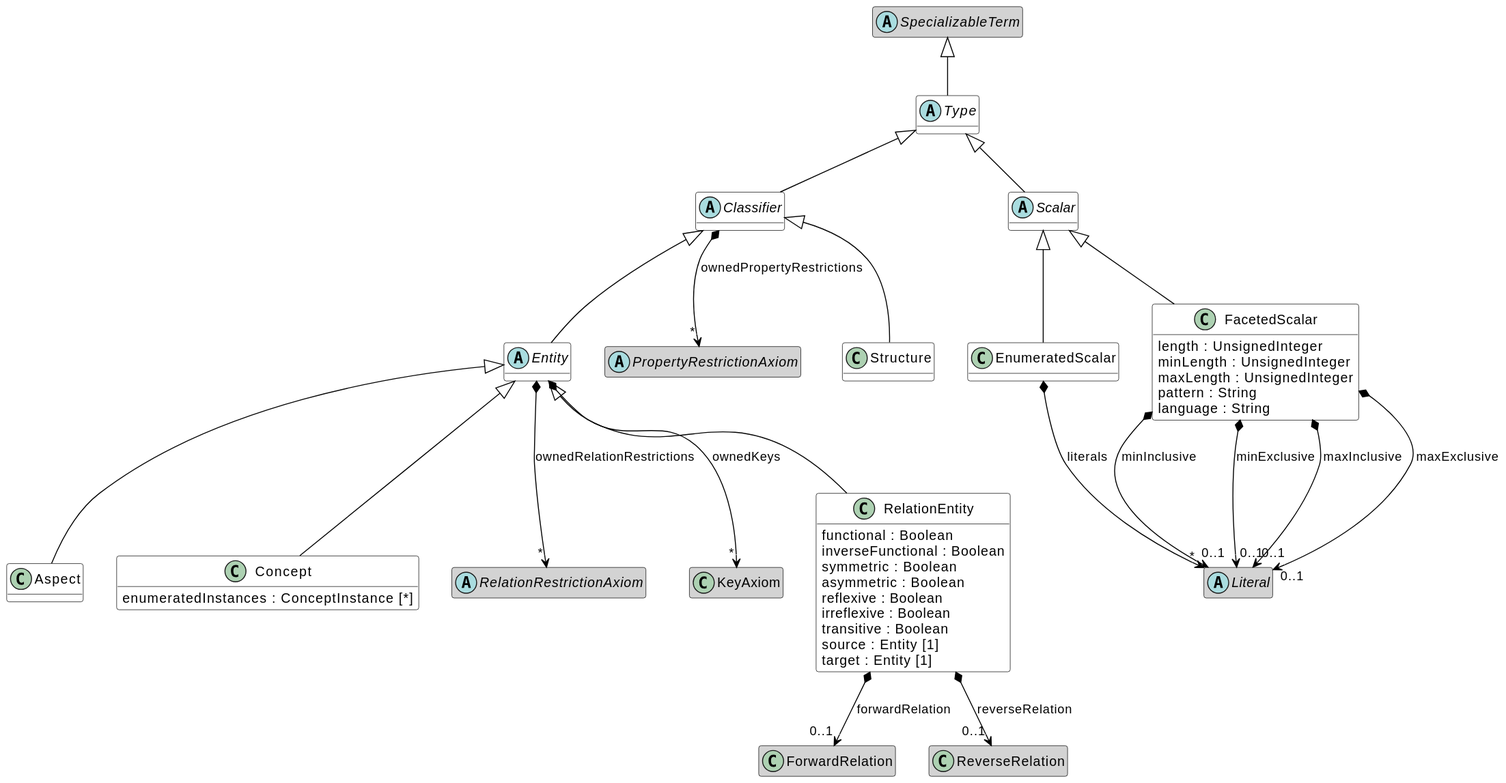
Before: images/oml-Types.svg, a diagram exported from PlantUML (opencaesar/oml).
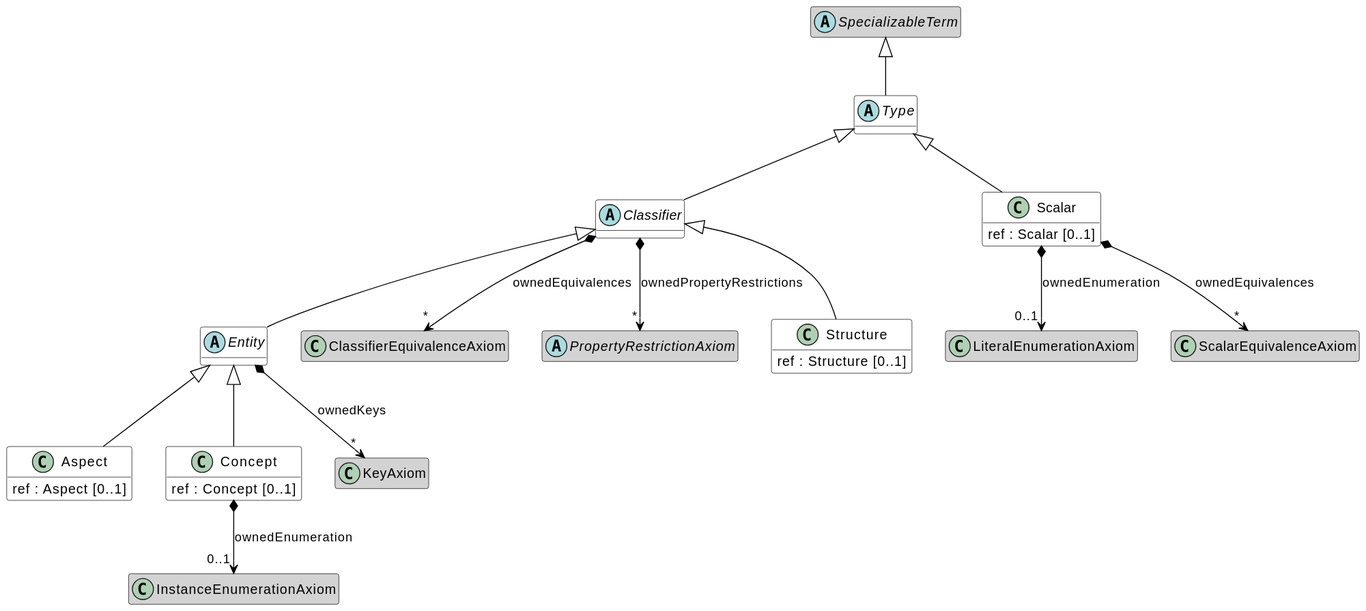
The same diagram one commit later.

The edit, as a diff of the source:
```diff
@@ -5,75 +5,43 @@
 skinparam ArrowColor Black
 hide methods
 class Aspect [[#Aspect]] #white {
+	ref : Aspect [0..1]
 }
 Aspect -up-|> Entity [[#Entity]]
 abstract class Classifier [[#Classifier]] #white {
 }
+class ClassifierEquivalenceAxiom [[#ClassifierEquivalenceAxiom]]
+hide ClassifierEquivalenceAxiom members
 abstract class PropertyRestrictionAxiom [[#PropertyRestrictionAxiom]]
 hide PropertyRestrictionAxiom members
 Classifier -up-|> Type [[#Type]]
+Classifier *--> "*" ClassifierEquivalenceAxiom : ownedEquivalences
 Classifier *--> "*" PropertyRestrictionAxiom : ownedPropertyRestrictions
 class Concept [[#Concept]] #white {
-	enumeratedInstances : ConceptInstance [*]
+	ref : Concept [0..1]
 }
+class InstanceEnumerationAxiom [[#InstanceEnumerationAxiom]]
+hide InstanceEnumerationAxiom members
 Concept -up-|> Entity [[#Entity]]
+Concept *--> "0..1" InstanceEnumerationAxiom : ownedEnumeration
 abstract class Entity [[#Entity]] #white {
 }
-abstract class RelationRestrictionAxiom [[#RelationRestrictionAxiom]]
-hide RelationRestrictionAxiom members
 class KeyAxiom [[#KeyAxiom]]
 hide KeyAxiom members
 Entity -up-|> Classifier [[#Classifier]]
-Entity *--> "*" RelationRestrictionAxiom : ownedRelationRestrictions
 Entity *--> "*" KeyAxiom : ownedKeys
-class EnumeratedScalar [[#EnumeratedScalar]] #white {
+class Scalar [[#Scalar]] #white {
+	ref : Scalar [0..1]
 }
-abstract class Literal [[#Literal]]
-hide Literal members
-EnumeratedScalar -up-|> Scalar [[#Scalar]]
-EnumeratedScalar *--> "*" Literal : literals
-class FacetedScalar [[#FacetedScalar]] #white {
-	length : UnsignedInteger
-	minLength : UnsignedInteger
-	maxLength : UnsignedInteger
-	pattern : String
-	language : String
-}
-abstract class Literal [[#Literal]]
-hide Literal members
-abstract class Literal [[#Literal]]
-hide Literal members
-abstract class Literal [[#Literal]]
-hide Literal members
-abstract class Literal [[#Literal]]
-hide Literal members
-FacetedScalar -up-|> Scalar [[#Scalar]]
-FacetedScalar *--> "0..1" Literal : minInclusive
-FacetedScalar *--> "0..1" Literal : minExclusive
-FacetedScalar *--> "0..1" Literal : maxInclusive
-FacetedScalar *--> "0..1" Literal : maxExclusive
-class RelationEntity [[#RelationEntity]] #white {
-	functional : Boolean
-	inverseFunctional : Boolean
-	symmetric : Boolean
-	asymmetric : Boolean
-	reflexive : Boolean
-	irreflexive : Boolean
-	transitive : Boolean
-	source : Entity [1]
-	target : Entity [1]
-}
-class ForwardRelation [[#ForwardRelation]]
-hide ForwardRelation members
-class ReverseRelation [[#ReverseRelation]]
-hide ReverseRelation members
-RelationEntity -up-|> Entity [[#Entity]]
-RelationEntity *--> "0..1" ForwardRelation : forwardRelation
-RelationEntity *--> "0..1" ReverseRelation : reverseRelation
-abstract class Scalar [[#Scalar]] #white {
-}
+class LiteralEnumerationAxiom [[#LiteralEnumerationAxiom]]
+hide LiteralEnumerationAxiom members
+class ScalarEquivalenceAxiom [[#ScalarEquivalenceAxiom]]
+hide ScalarEquivalenceAxiom members
 Scalar -up-|> Type [[#Type]]
+Scalar *--> "0..1" LiteralEnumerationAxiom : ownedEnumeration
+Scalar *--> "*" ScalarEquivalenceAxiom : ownedEquivalences
 class Structure [[#Structure]] #white {
+	ref : Structure [0..1]
 }
 Structure -up-|> Classifier [[#Classifier]]
 abstract class Type [[#Type]] #white {
```
